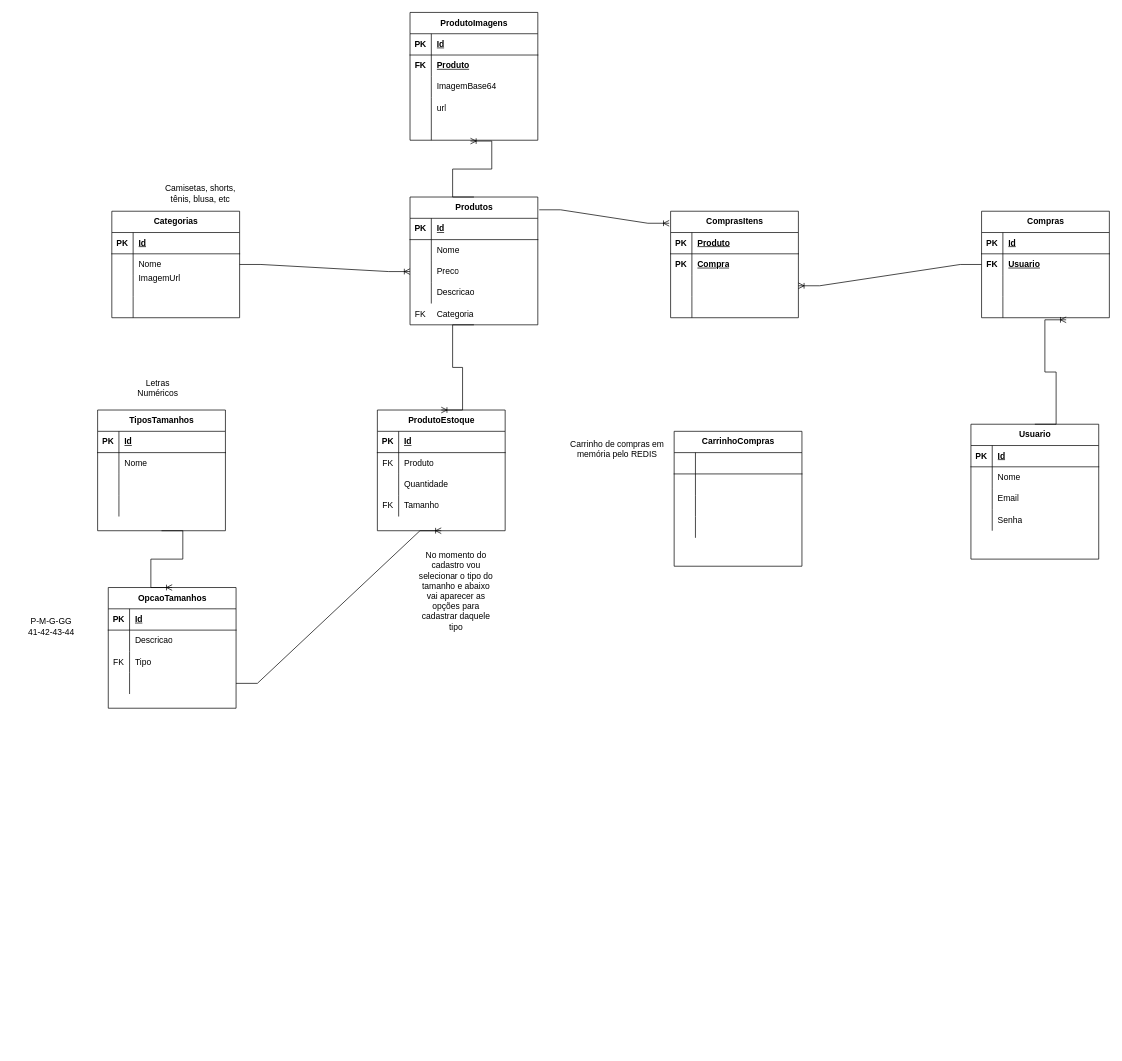
Before: DER.drawio in Antonio-Zago/EcommerceModelo, a draw.io diagram. Source tidied: cells renumbered, new cells numbered last; positions are measured from the earlier drawing's top-left corner, leaving out a move shared by most shapes. Both pictures are drawn from the tidied source at 71%, with x=0, y=0 at pixel (12, 12).
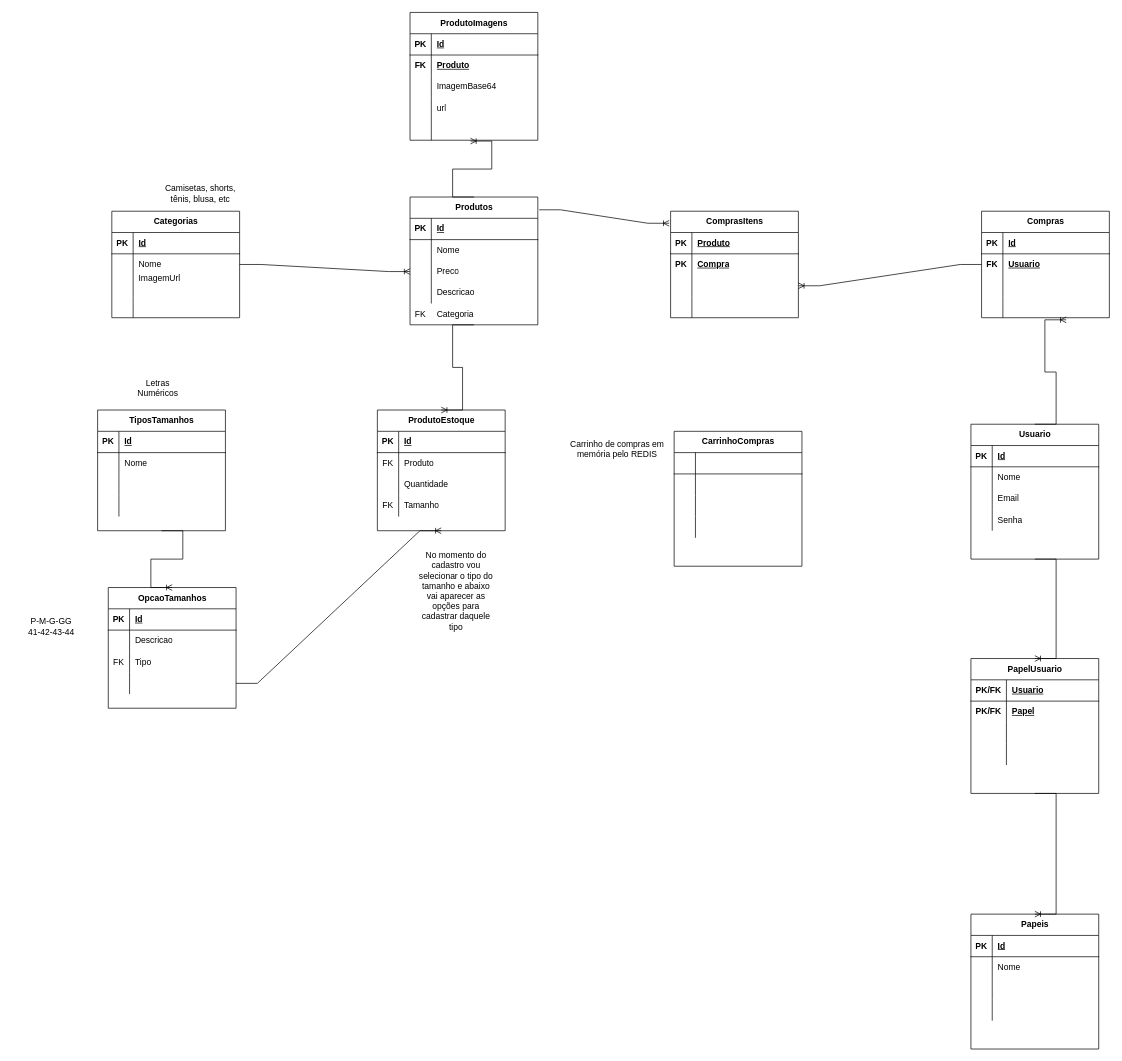
Above is the later version.

The change refers to these unchanged cells:
```xml
<mxCell id="29" value="Usuario" style="shape=table;startSize=30;childLayout=tableLayout;rowLines=0;fontStyle=1;align=center;html=1;" parent="1" vertex="1">
  <mxGeometry x="1350" y="580" width="180" height="190" as="geometry" />
</mxCell>
```

What changed in the source:
```diff
@@
+    <mxCell id="163" value="PapelUsuario" style="shape=table;startSize=30;childLayout=tableLayout;rowLines=0;fontStyle=1;align=center;html=1;" parent="1" vertex="1">
+      <mxGeometry x="1350" y="910" width="180" height="190" as="geometry" />
+    </mxCell>
+    <mxCell id="164" style="shape=tableRow;horizontal=0;startSize=0;swimlaneHead=0;swimlaneBody=0;fillColor=none;top=0;left=0;right=0;bottom=1;" parent="163" vertex="1">
+      <mxGeometry y="30" width="180" height="30" as="geometry" />
+    </mxCell>
+    <mxCell id="165" value="PK/FK" style="shape=partialRectangle;fillColor=none;top=0;left=0;bottom=0;right=0;fontStyle=1;overflow=hidden;whiteSpace=wrap;html=1;" parent="164" vertex="1">
+      <mxGeometry width="50" height="30" as="geometry" />
+    </mxCell>
+    <mxCell id="166" value="Usuario" style="shape=partialRectangle;fillColor=none;top=0;left=0;bottom=0;right=0;align=left;spacingLeft=6;fontStyle=5;overflow=hidden;whiteSpace=wrap;html=1;" parent="164" vertex="1">
+      <mxGeometry x="50" width="130" height="30" as="geometry" />
+    </mxCell>
+    <mxCell id="167" style="shape=tableRow;horizontal=0;startSize=0;swimlaneHead=0;swimlaneBody=0;fillColor=none;top=0;left=0;right=0;bottom=0;" parent="163" vertex="1">
+      <mxGeometry y="60" width="180" height="30" as="geometry" />
+    </mxCell>
+    <mxCell id="168" style="shape=partialRectangle;fillColor=none;top=0;left=0;bottom=0;right=0;overflow=hidden;whiteSpace=wrap;html=1;" parent="167" vertex="1">
+      <mxGeometry width="50" height="30" as="geometry" />
+    </mxCell>
+    <mxCell id="169" style="shape=partialRectangle;fillColor=none;top=0;left=0;bottom=0;right=0;align=left;spacingLeft=6;overflow=hidden;whiteSpace=wrap;html=1;" parent="167" vertex="1">
+      <mxGeometry x="50" width="130" height="30" as="geometry" />
+    </mxCell>
+    <mxCell id="170" style="shape=tableRow;horizontal=0;startSize=0;swimlaneHead=0;swimlaneBody=0;fillColor=none;top=0;left=0;right=0;bottom=0;" parent="163" vertex="1">
+      <mxGeometry y="90" width="180" height="30" as="geometry" />
+    </mxCell>
+    <mxCell id="171" style="shape=partialRectangle;fillColor=none;top=0;left=0;bottom=0;right=0;overflow=hidden;whiteSpace=wrap;html=1;" parent="170" vertex="1">
+      <mxGeometry width="50" height="30" as="geometry" />
+    </mxCell>
+    <mxCell id="172" style="shape=partialRectangle;fillColor=none;top=0;left=0;bottom=0;right=0;align=left;spacingLeft=6;overflow=hidden;whiteSpace=wrap;html=1;" parent="170" vertex="1">
+      <mxGeometry x="50" width="130" height="30" as="geometry" />
+    </mxCell>
+    <mxCell id="173" style="shape=tableRow;horizontal=0;startSize=0;swimlaneHead=0;swimlaneBody=0;fillColor=none;top=0;left=0;right=0;bottom=0;" parent="163" vertex="1">
+      <mxGeometry y="120" width="180" height="30" as="geometry" />
+    </mxCell>
+    <mxCell id="174" style="shape=partialRectangle;fillColor=none;top=0;left=0;bottom=0;right=0;overflow=hidden;whiteSpace=wrap;html=1;" parent="173" vertex="1">
+      <mxGeometry width="50" height="30" as="geometry" />
+    </mxCell>
+    <mxCell id="175" style="shape=partialRectangle;fillColor=none;top=0;left=0;bottom=0;right=0;align=left;spacingLeft=6;overflow=hidden;whiteSpace=wrap;html=1;" parent="173" vertex="1">
+      <mxGeometry x="50" width="130" height="30" as="geometry" />
+    </mxCell>
+    <mxCell id="176" value="Papeis" style="shape=table;startSize=30;childLayout=tableLayout;rowLines=0;fontStyle=1;align=center;html=1;" parent="1" vertex="1">
+      <mxGeometry x="1350" y="1270" width="180" height="190" as="geometry" />
+    </mxCell>
+    <mxCell id="177" style="shape=tableRow;horizontal=0;startSize=0;swimlaneHead=0;swimlaneBody=0;fillColor=none;top=0;left=0;right=0;bottom=1;" parent="176" vertex="1">
+      <mxGeometry y="30" width="180" height="30" as="geometry" />
+    </mxCell>
+    <mxCell id="178" value="PK" style="shape=partialRectangle;fillColor=none;top=0;left=0;bottom=0;right=0;fontStyle=1;overflow=hidden;whiteSpace=wrap;html=1;" parent="177" vertex="1">
+      <mxGeometry width="30" height="30" as="geometry" />
+    </mxCell>
+    <mxCell id="179" value="Id" style="shape=partialRectangle;fillColor=none;top=0;left=0;bottom=0;right=0;align=left;spacingLeft=6;fontStyle=5;overflow=hidden;whiteSpace=wrap;html=1;" parent="177" vertex="1">
+      <mxGeometry x="30" width="150" height="30" as="geometry" />
+    </mxCell>
+    <mxCell id="180" style="shape=tableRow;horizontal=0;startSize=0;swimlaneHead=0;swimlaneBody=0;fillColor=none;top=0;left=0;right=0;bottom=0;" parent="176" vertex="1">
+      <mxGeometry y="60" width="180" height="30" as="geometry" />
+    </mxCell>
+    <mxCell id="181" style="shape=partialRectangle;fillColor=none;top=0;left=0;bottom=0;right=0;overflow=hidden;whiteSpace=wrap;html=1;" parent="180" vertex="1">
+      <mxGeometry width="30" height="30" as="geometry" />
+    </mxCell>
+    <mxCell id="182" value="Nome" style="shape=partialRectangle;fillColor=none;top=0;left=0;bottom=0;right=0;align=left;spacingLeft=6;overflow=hidden;whiteSpace=wrap;html=1;" parent="180" vertex="1">
+      <mxGeometry x="30" width="150" height="30" as="geometry" />
+    </mxCell>
+    <mxCell id="183" style="shape=tableRow;horizontal=0;startSize=0;swimlaneHead=0;swimlaneBody=0;fillColor=none;top=0;left=0;right=0;bottom=0;" parent="176" vertex="1">
+      <mxGeometry y="90" width="180" height="30" as="geometry" />
+    </mxCell>
+    <mxCell id="184" style="shape=partialRectangle;fillColor=none;top=0;left=0;bottom=0;right=0;overflow=hidden;whiteSpace=wrap;html=1;" parent="183" vertex="1">
+      <mxGeometry width="30" height="30" as="geometry" />
+    </mxCell>
+    <mxCell id="185" style="shape=partialRectangle;fillColor=none;top=0;left=0;bottom=0;right=0;align=left;spacingLeft=6;overflow=hidden;whiteSpace=wrap;html=1;" parent="183" vertex="1">
+      <mxGeometry x="30" width="150" height="30" as="geometry" />
+    </mxCell>
+    <mxCell id="186" style="shape=tableRow;horizontal=0;startSize=0;swimlaneHead=0;swimlaneBody=0;fillColor=none;top=0;left=0;right=0;bottom=0;" parent="176" vertex="1">
+      <mxGeometry y="120" width="180" height="30" as="geometry" />
+    </mxCell>
+    <mxCell id="187" style="shape=partialRectangle;fillColor=none;top=0;left=0;bottom=0;right=0;overflow=hidden;whiteSpace=wrap;html=1;" parent="186" vertex="1">
+      <mxGeometry width="30" height="30" as="geometry" />
+    </mxCell>
+    <mxCell id="188" style="shape=partialRectangle;fillColor=none;top=0;left=0;bottom=0;right=0;align=left;spacingLeft=6;overflow=hidden;whiteSpace=wrap;html=1;" parent="186" vertex="1">
+      <mxGeometry x="30" width="150" height="30" as="geometry" />
+    </mxCell>
+    <mxCell id="189" value="PK/FK" style="shape=partialRectangle;fillColor=none;top=0;left=0;bottom=0;right=0;fontStyle=1;overflow=hidden;whiteSpace=wrap;html=1;" parent="1" vertex="1">
+      <mxGeometry x="1350" y="970" width="50" height="30" as="geometry" />
+    </mxCell>
+    <mxCell id="190" value="Papel" style="shape=partialRectangle;fillColor=none;top=0;left=0;bottom=0;right=0;align=left;spacingLeft=6;fontStyle=5;overflow=hidden;whiteSpace=wrap;html=1;" parent="1" vertex="1">
+      <mxGeometry x="1400" y="970" width="130" height="30" as="geometry" />
+    </mxCell>
+    <mxCell id="191" style="edgeStyle=entityRelationEdgeStyle;fontSize=12;html=1;endArrow=ERoneToMany;rounded=0;exitX=0.5;exitY=1;exitDx=0;exitDy=0;entryX=0.5;entryY=0;entryDx=0;entryDy=0;" parent="1" edge="1" source="29" target="163">
+      <mxGeometry relative="1" as="geometry" />
+    </mxCell>
+    <mxCell id="192" style="edgeStyle=entityRelationEdgeStyle;fontSize=12;html=1;endArrow=ERoneToMany;rounded=0;exitX=0.5;exitY=1;exitDx=0;exitDy=0;entryX=0.5;entryY=0;entryDx=0;entryDy=0;" parent="1" edge="1" source="163" target="176">
+      <mxGeometry relative="1" as="geometry" />
+    </mxCell>
```
